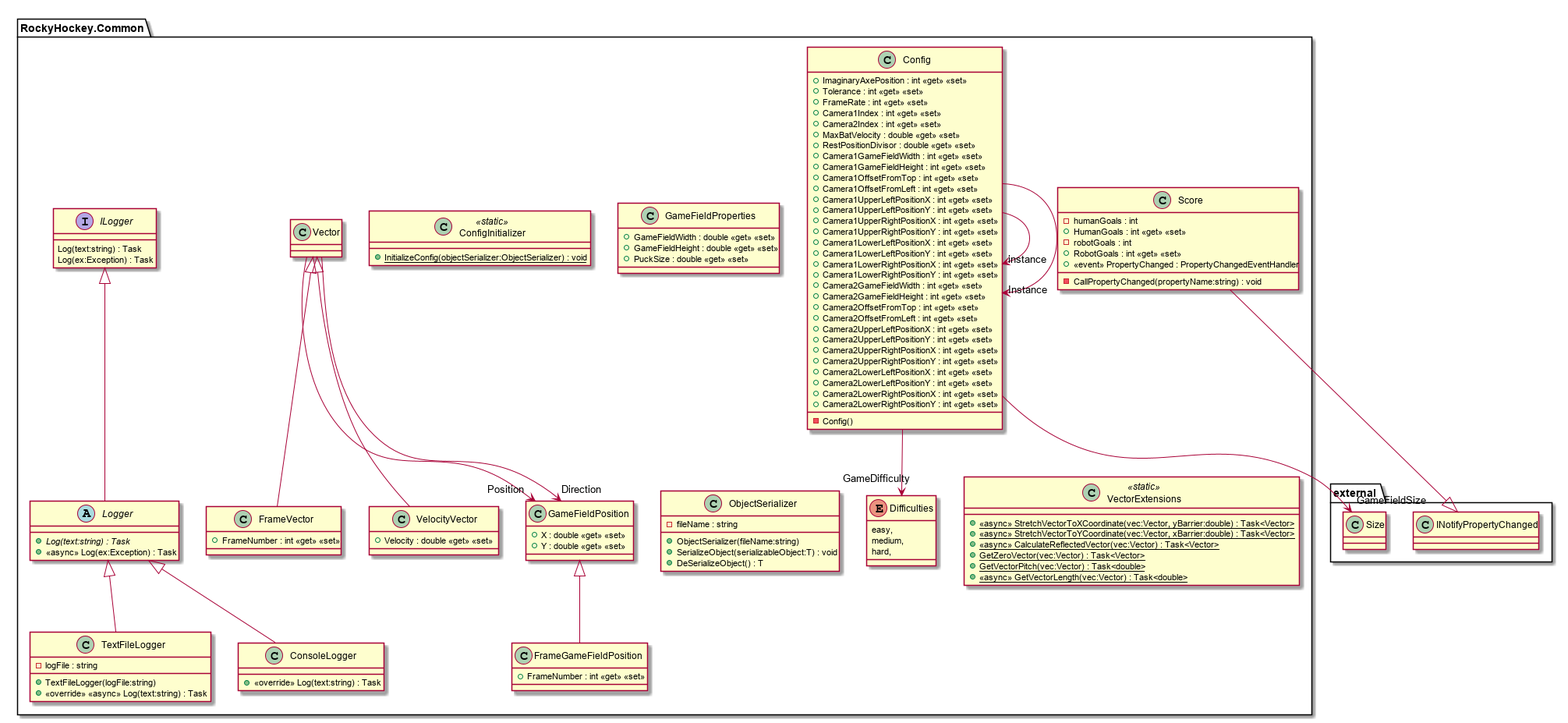
Earlier version of the PlantUML export diagrams/RockyHockey.Common.png (R-Studios/Rocky-Hockey-IV). Its diagram source:
```plantuml
@startuml
namespace RockyHockey.Common {
	class Config {
	    - Config()
	    + ImaginaryAxePosition : int <<get>> <<set>>
	    + Tolerance : int <<get>> <<set>>
	    + FrameRate : int <<get>> <<set>>
	    + Camera1Index : int <<get>> <<set>>
	    + Camera2Index : int <<get>> <<set>>
	    + MaxBatVelocity : double <<get>> <<set>>
	    + RestPositionDivisor : double <<get>> <<set>>
	    + Camera1GameFieldWidth : int <<get>> <<set>>
	    + Camera1GameFieldHeight : int <<get>> <<set>>
	    + Camera1OffsetFromTop : int <<get>> <<set>>
	    + Camera1OffsetFromLeft : int <<get>> <<set>>
	    + Camera1UpperLeftPositionX : int <<get>> <<set>>
	    + Camera1UpperLeftPositionY : int <<get>> <<set>>
	    + Camera1UpperRightPositionX : int <<get>> <<set>>
	    + Camera1UpperRightPositionY : int <<get>> <<set>>
	    + Camera1LowerLeftPositionX : int <<get>> <<set>>
	    + Camera1LowerLeftPositionY : int <<get>> <<set>>
	    + Camera1LowerRightPositionX : int <<get>> <<set>>
	    + Camera1LowerRightPositionY : int <<get>> <<set>>
	    + Camera2GameFieldWidth : int <<get>> <<set>>
	    + Camera2GameFieldHeight : int <<get>> <<set>>
	    + Camera2OffsetFromTop : int <<get>> <<set>>
	    + Camera2OffsetFromLeft : int <<get>> <<set>>
	    + Camera2UpperLeftPositionX : int <<get>> <<set>>
	    + Camera2UpperLeftPositionY : int <<get>> <<set>>
	    + Camera2UpperRightPositionX : int <<get>> <<set>>
	    + Camera2UpperRightPositionY : int <<get>> <<set>>
	    + Camera2LowerLeftPositionX : int <<get>> <<set>>
	    + Camera2LowerLeftPositionY : int <<get>> <<set>>
	    + Camera2LowerRightPositionX : int <<get>> <<set>>
	    + Camera2LowerRightPositionY : int <<get>> <<set>>
	}
	Config --> "instance" Config
	Config --> "Instance" Config
	Config --> "GameFieldSize" external.Size
	Config --> "GameDifficulty" RockyHockey.Common.Difficulties
}
namespace RockyHockey.Common {
	class ConfigInitializer <<static>> {
	    + {static} InitializeConfig(objectSerializer:ObjectSerializer) : void
	}
}
namespace RockyHockey.Common {
	class ConsoleLogger {
	    + <<override>> Log(text:string) : Task
	}
	RockyHockey.Common.Logger <|-- ConsoleLogger
}
namespace RockyHockey.Common {
	enum Difficulties {
	    easy,
	    medium,
	    hard,
	}
}
namespace RockyHockey.Common {
	class FrameGameFieldPosition {
	    + FrameNumber : int <<get>> <<set>>
	}
	RockyHockey.Common.GameFieldPosition <|-- FrameGameFieldPosition
}
namespace RockyHockey.Common {
	class FrameVector {
	    + FrameNumber : int <<get>> <<set>>
	}
	RockyHockey.Common.Vector <|-- FrameVector
}
namespace RockyHockey.Common {
	class GameFieldPosition {
	    + X : double <<get>> <<set>>
	    + Y : double <<get>> <<set>>
	}
}
namespace RockyHockey.Common {
	class GameFieldProperties {
	    + GameFieldWidth : double <<get>> <<set>>
	    + GameFieldHeight : double <<get>> <<set>>
	    + PuckSize : double <<get>> <<set>>
	}
}
namespace RockyHockey.Common {
	interface ILogger {
	    Log(text:string) : Task
	    Log(ex:Exception) : Task
	}
}
namespace RockyHockey.Common {
	abstract class Logger {
	    + {abstract} Log(text:string) : Task
	    + <<async>> Log(ex:Exception) : Task
	}
	RockyHockey.Common.ILogger <|-- RockyHockey.Common.Logger
}
namespace RockyHockey.Common {
	class ObjectSerializer {
	    + ObjectSerializer(fileName:string)
	    - fileName : string
	    + SerializeObject(serializableObject:T) : void
	    + DeSerializeObject() : T
	}
}
namespace RockyHockey.Common {
	class Score {
	    - humanGoals : int
	    + HumanGoals : int <<get>> <<set>>
	    - robotGoals : int
	    + RobotGoals : int <<get>> <<set>>
	    +  <<event>> PropertyChanged : PropertyChangedEventHandler
	    - CallPropertyChanged(propertyName:string) : void
	}
	external.INotifyPropertyChanged <|-- Score
}
namespace RockyHockey.Common {
	class TextFileLogger {
	    + TextFileLogger(logFile:string)
	    - logFile : string
	    + <<override>> <<async>> Log(text:string) : Task
	}
	RockyHockey.Common.Logger <|-- TextFileLogger
}
namespace RockyHockey.Common {
	class Vector {
	}
	Vector --> "Position" RockyHockey.Common.GameFieldPosition
	Vector --> "Direction" RockyHockey.Common.GameFieldPosition
}
namespace RockyHockey.Common {
	class VectorExtensions <<static>> {
	    + {static} <<async>> StretchVectorToXCoordinate(vec:Vector, yBarrier:double) : Task<Vector>
	    + {static} <<async>> StretchVectorToYCoordinate(vec:Vector, xBarrier:double) : Task<Vector>
	    + {static} <<async>> CalculateReflectedVector(vec:Vector) : Task<Vector>
	    + {static} GetZeroVector(vec:Vector) : Task<Vector>
	    + {static} GetVectorPitch(vec:Vector) : Task<double>
	    + <<async>> {static} GetVectorLength(vec:Vector) : Task<double>
	}
}
namespace RockyHockey.Common {
	class VelocityVector {
	    + Velocity : double <<get>> <<set>>
	}
	RockyHockey.Common.Vector <|-- VelocityVector
}
@enduml
```
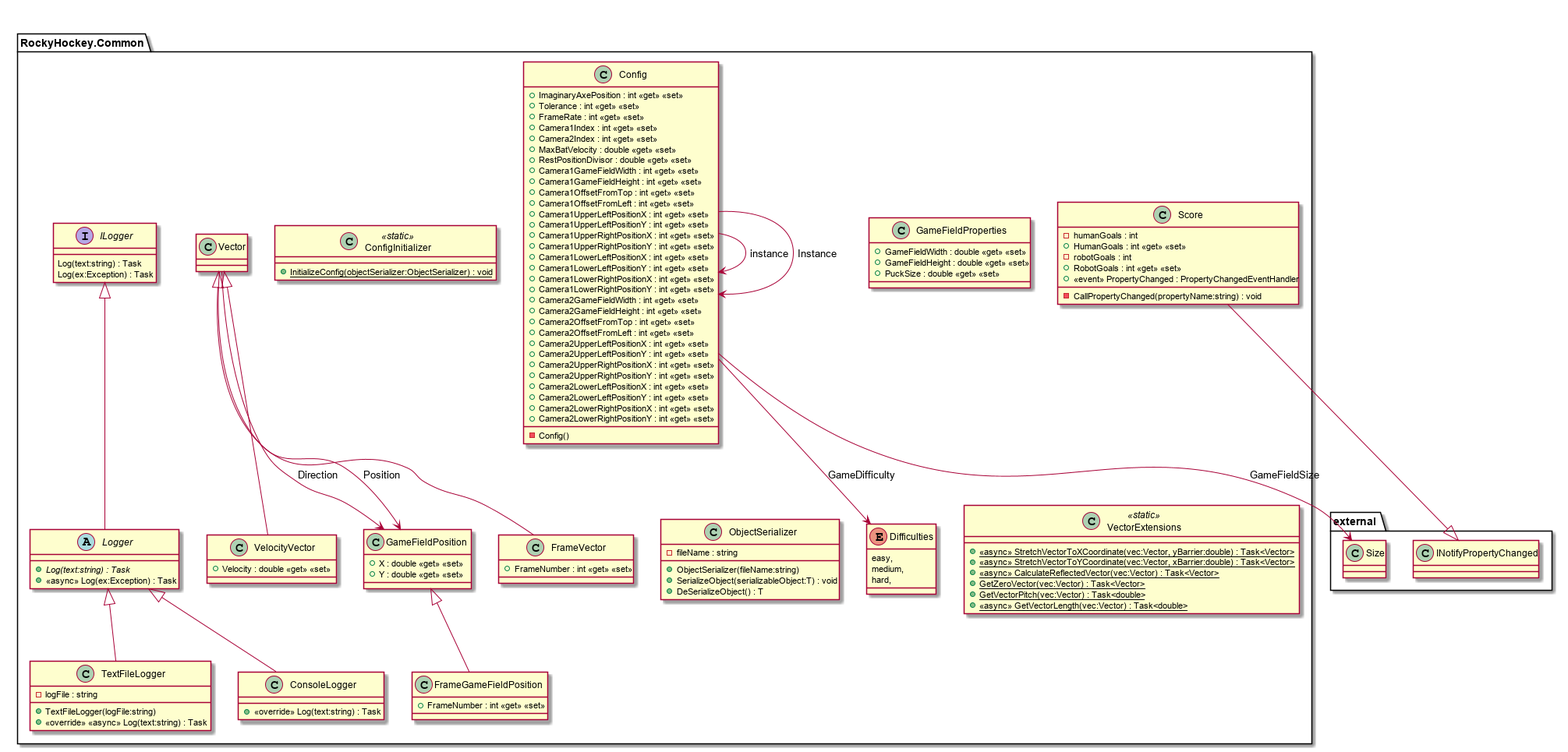
The same diagram one commit later.

Diff of the diagram source:
```diff
@@ -34,10 +34,10 @@
 	    + Camera2LowerRightPositionX : int <<get>> <<set>>
 	    + Camera2LowerRightPositionY : int <<get>> <<set>>
 	}
-	Config --> "instance" Config
-	Config --> "Instance" Config
-	Config --> "GameFieldSize" external.Size
-	Config --> "GameDifficulty" RockyHockey.Common.Difficulties
+	Config --> Config : instance
+	Config --> Config : Instance
+	Config --> external.Size : GameFieldSize
+	Config --> RockyHockey.Common.Difficulties : GameDifficulty
 }
 namespace RockyHockey.Common {
 	class ConfigInitializer <<static>> {
@@ -125,8 +125,8 @@
 namespace RockyHockey.Common {
 	class Vector {
 	}
-	Vector --> "Position" RockyHockey.Common.GameFieldPosition
-	Vector --> "Direction" RockyHockey.Common.GameFieldPosition
+	Vector --> RockyHockey.Common.GameFieldPosition : Position
+	Vector --> RockyHockey.Common.GameFieldPosition : Direction
 }
 namespace RockyHockey.Common {
 	class VectorExtensions <<static>> {
```
